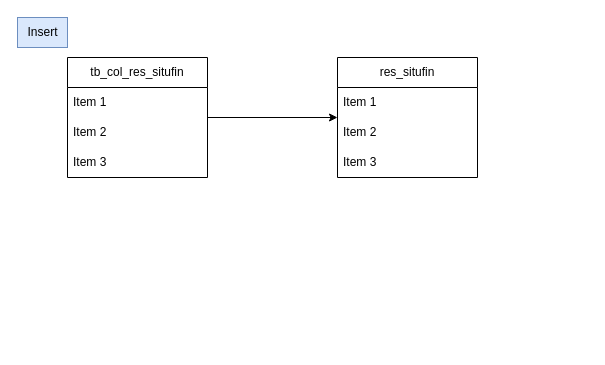
Above: page "res_situfin" (14 of 15) of schema_laurent.drawio in wunyu/drawio (draw.io), before the change. Source tidied: cells renumbered, new cells numbered last; positions are measured from the earlier drawing's top-left corner, leaving out a move shared by most shapes. Both pictures are drawn from the tidied source at 100%, with x=0, y=0 at pixel (17, 17).
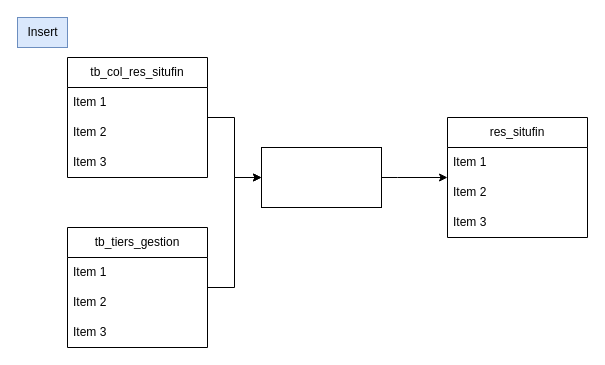
Above is the later version.

The change refers to these unchanged cells:
```xml
<mxCell id="7" value="tb_col_res_situfin" style="swimlane;fontStyle=0;horizontal=1;startSize=30;whiteSpace=wrap;html=1;" parent="1" vertex="1">
  <mxGeometry x="50" y="40" width="140" height="120" as="geometry" />
</mxCell>
```

Diff of the diagram source:
```diff
@@
     <mxCell id="2" value="res_situfin" style="swimlane;fontStyle=0;horizontal=1;startSize=30;whiteSpace=wrap;html=1;" parent="1" vertex="1">
-      <mxGeometry x="320" y="40" width="140" height="120" as="geometry" />
+      <mxGeometry x="430" y="100" width="140" height="120" as="geometry" />
     </mxCell>
@@
-    <mxCell id="6" style="edgeStyle=orthogonalEdgeStyle;rounded=0;jettySize=auto;html=1;" parent="1" edge="1" source="7" target="2">
-      <mxGeometry relative="1" as="geometry" />
-    </mxCell>
+    <mxCell id="12" style="edgeStyle=orthogonalEdgeStyle;rounded=0;jettySize=auto;html=1;entryX=0;entryY=0.5;entryDx=0;entryDy=0;" parent="1" edge="1" source="7" target="19">
+      <mxGeometry relative="1" as="geometry" />
+    </mxCell>
@@
+    <mxCell id="13" style="edgeStyle=orthogonalEdgeStyle;rounded=0;jettySize=auto;html=1;entryX=0;entryY=0.5;entryDx=0;entryDy=0;" parent="1" edge="1" source="14" target="19">
+      <mxGeometry relative="1" as="geometry" />
+    </mxCell>
+    <mxCell id="14" value="tb_tiers_gestion" style="swimlane;fontStyle=0;horizontal=1;startSize=30;whiteSpace=wrap;html=1;" parent="1" vertex="1">
+      <mxGeometry x="50" y="210" width="140" height="120" as="geometry" />
+    </mxCell>
+    <mxCell id="15" value="Item 1" style="text;strokeColor=none;fillColor=none;align=left;verticalAlign=middle;spacingLeft=4;spacingRight=4;overflow=hidden;whiteSpace=wrap;html=1;" parent="14" vertex="1">
+      <mxGeometry y="30" width="140" height="30" as="geometry" />
+    </mxCell>
+    <mxCell id="16" value="Item 2" style="text;strokeColor=none;fillColor=none;align=left;verticalAlign=middle;spacingLeft=4;spacingRight=4;overflow=hidden;whiteSpace=wrap;html=1;" parent="14" vertex="1">
+      <mxGeometry y="60" width="140" height="30" as="geometry" />
+    </mxCell>
+    <mxCell id="17" value="Item 3" style="text;strokeColor=none;fillColor=none;align=left;verticalAlign=middle;spacingLeft=4;spacingRight=4;overflow=hidden;whiteSpace=wrap;html=1;" parent="14" vertex="1">
+      <mxGeometry y="90" width="140" height="30" as="geometry" />
+    </mxCell>
+    <mxCell id="18" style="edgeStyle=orthogonalEdgeStyle;rounded=0;jettySize=auto;html=1;" parent="1" edge="1" source="19" target="2">
+      <mxGeometry relative="1" as="geometry">
+        <Array as="points">
+          <mxPoint x="380" y="160" />
+          <mxPoint x="380" y="160" />
+        </Array>
+      </mxGeometry>
+    </mxCell>
+    <mxCell id="19" style="rounded=0;whiteSpace=wrap;html=1;" parent="1" vertex="1">
+      <mxGeometry x="244" y="130" width="120" height="60" as="geometry" />
+    </mxCell>
```
